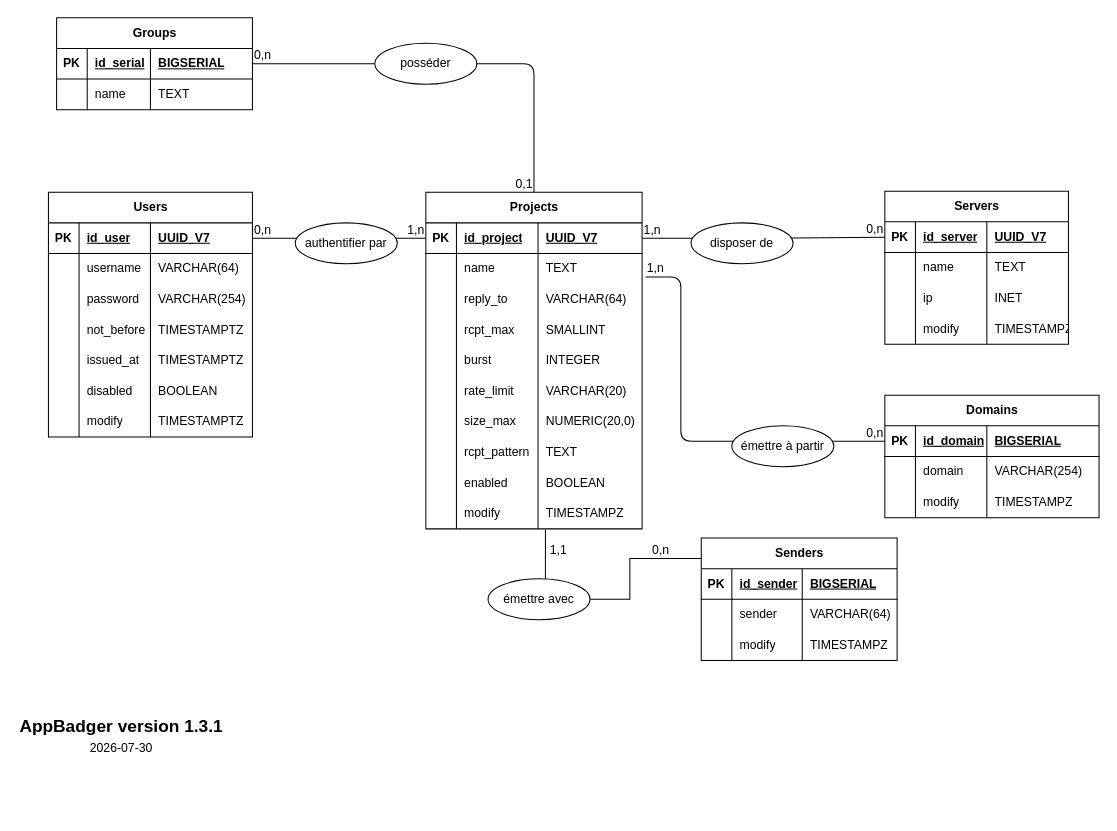
Before: Doc/mcd.drawio in matyas-cyril/appmail-badger, a draw.io diagram. Source tidied: cells renumbered, new cells numbered last; positions are measured from the earlier drawing's top-left corner, leaving out a move shared by most shapes. Both pictures are drawn from the tidied source at 102%, with x=0, y=0 at pixel (17, 17).
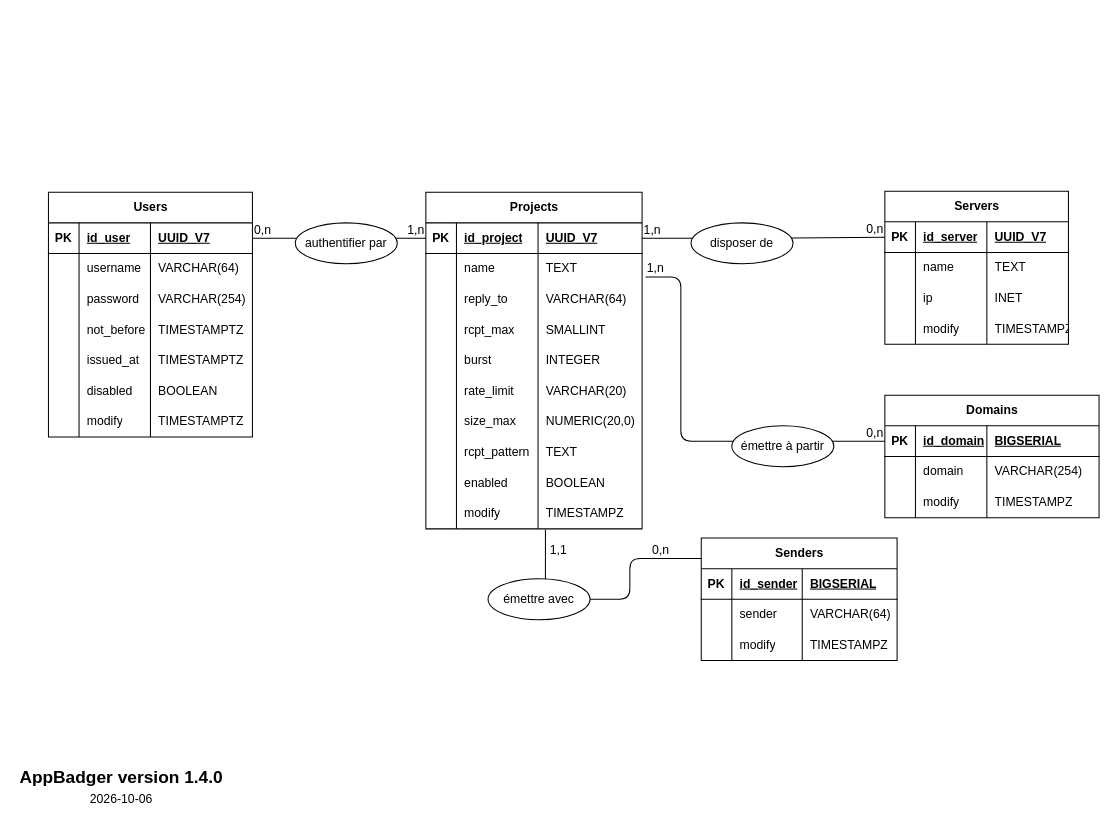
The same page after the edit.

Commit message (it also covers changes not shown here):
Mise à jour du MCD et MPD

The change refers to these unchanged cells:
```xml
<mxCell id="2" value="Projects" style="shape=table;startSize=30;childLayout=tableLayout;rowLines=0;fontStyle=1;align=center;html=1;" parent="1" vertex="1">
  <mxGeometry x="400" y="171" width="212" height="330" as="geometry" />
</mxCell>
<mxCell id="39" style="shape=tableRow;horizontal=0;startSize=0;swimlaneHead=0;swimlaneBody=0;fillColor=none;points=[[0,0.5],[1,0.5]];portConstraint=eastwest;top=0;left=0;right=0;bottom=0;" parent="2" vertex="1">
  <mxGeometry y="300" width="212" height="30" as="geometry" />
</mxCell>
<mxCell id="114" value="Senders" style="shape=table;startSize=30;childLayout=tableLayout;rowLines=0;fontStyle=1;align=center;html=1;" parent="1" vertex="1">
  <mxGeometry x="670" y="510" width="192" height="120" as="geometry" />
</mxCell>
```

The edit, as a diff of the source:
```diff
@@
-    <mxCell id="127" value="Groups" style="shape=table;startSize=30;childLayout=tableLayout;rowLines=0;fontStyle=1;align=center;html=1;" parent="1" vertex="1">
-      <mxGeometry x="38" width="192" height="90" as="geometry" />
-    </mxCell>
-    <mxCell id="128" style="shape=tableRow;horizontal=0;startSize=0;swimlaneHead=0;swimlaneBody=0;fillColor=none;points=[[0,0.5],[1,0.5]];portConstraint=eastwest;top=0;left=0;right=0;bottom=1;" parent="127" vertex="1">
-      <mxGeometry y="30" width="192" height="30" as="geometry" />
-    </mxCell>
-    <mxCell id="129" value="PK" style="shape=partialRectangle;fillColor=none;top=0;left=0;bottom=0;right=0;fontStyle=1;overflow=hidden;whiteSpace=wrap;html=1;" parent="128" vertex="1">
-      <mxGeometry width="30" height="30" as="geometry" />
-    </mxCell>
-    <mxCell id="130" value="id_serial" style="shape=partialRectangle;fillColor=none;top=0;left=0;bottom=0;right=0;align=left;spacingLeft=6;fontStyle=5;overflow=hidden;whiteSpace=wrap;html=1;" parent="128" vertex="1">
-      <mxGeometry x="30" width="62" height="30" as="geometry" />
-    </mxCell>
-    <mxCell id="131" value="BIGSERIAL" style="shape=partialRectangle;fillColor=none;top=0;left=0;bottom=0;right=0;align=left;spacingLeft=6;fontStyle=5;overflow=hidden;whiteSpace=wrap;html=1;" parent="128" vertex="1">
-      <mxGeometry x="92" width="100" height="30" as="geometry" />
-    </mxCell>
-    <mxCell id="132" style="shape=tableRow;horizontal=0;startSize=0;swimlaneHead=0;swimlaneBody=0;fillColor=none;top=0;left=0;right=0;bottom=0;" parent="127" vertex="1">
-      <mxGeometry y="60" width="192" height="30" as="geometry" />
-    </mxCell>
-    <mxCell id="133" style="shape=partialRectangle;fillColor=none;top=0;left=0;bottom=0;right=0;overflow=hidden;whiteSpace=wrap;html=1;" parent="132" vertex="1">
-      <mxGeometry width="30" height="30" as="geometry" />
-    </mxCell>
-    <mxCell id="134" value="name" style="shape=partialRectangle;fillColor=none;top=0;left=0;bottom=0;right=0;align=left;spacingLeft=6;overflow=hidden;whiteSpace=wrap;html=1;" parent="132" vertex="1">
-      <mxGeometry x="30" width="62" height="30" as="geometry" />
-    </mxCell>
-    <mxCell id="135" value="TEXT" style="shape=partialRectangle;fillColor=none;top=0;left=0;bottom=0;right=0;align=left;spacingLeft=6;overflow=hidden;whiteSpace=wrap;html=1;" parent="132" vertex="1">
-      <mxGeometry x="92" width="100" height="30" as="geometry" />
-    </mxCell>
-    <mxCell id="136" style="endArrow=none;html=1;rounded=1;exitX=1;exitY=0.5;exitDx=0;exitDy=0;entryX=0.5;entryY=0;entryDx=0;entryDy=0;curved=0;" parent="1" edge="1" source="140" target="2">
-      <mxGeometry relative="1" as="geometry">
-        <Array as="points">
-          <mxPoint x="506" y="45" />
-        </Array>
-      </mxGeometry>
-    </mxCell>
-    <mxCell id="137" value="0,1" style="html=1;whiteSpace=wrap;align=right;verticalAlign=bottom;" parent="136" vertex="1">
-      <mxGeometry x="1" relative="1" as="geometry" />
-    </mxCell>
-    <mxCell id="138" style="endArrow=none;html=1;rounded=1;exitX=1;exitY=0.5;exitDx=0;exitDy=0;curved=0;" parent="1" edge="1" source="128" target="140">
-      <mxGeometry relative="1" as="geometry" />
-    </mxCell>
-    <mxCell id="139" value="0,n" style="html=1;whiteSpace=wrap;align=left;verticalAlign=bottom;" parent="138" vertex="1">
-      <mxGeometry x="-1" relative="1" as="geometry" />
-    </mxCell>
-    <mxCell id="140" value="posséder" style="ellipse;whiteSpace=wrap;html=1;align=center;" parent="1" vertex="1">
-      <mxGeometry x="350" y="25" width="100" height="40" as="geometry" />
-    </mxCell>
-    <mxCell id="141" style="endArrow=none;html=1;rounded=0;exitX=0.553;exitY=1.026;exitDx=0;exitDy=0;entryX=0;entryY=0.167;entryDx=0;entryDy=0;entryPerimeter=0;exitPerimeter=0;" parent="1" edge="1" source="39" target="114">
+    <mxCell id="141" style="endArrow=none;html=1;rounded=1;exitX=0.553;exitY=1.026;exitDx=0;exitDy=0;entryX=0;entryY=0.167;entryDx=0;entryDy=0;entryPerimeter=0;exitPerimeter=0;curved=0;" parent="1" edge="1" source="39" target="114">
       <mxGeometry relative="1" as="geometry">
         <Array as="points">
           <mxPoint x="517.2" y="570" />
           <mxPoint x="600" y="570" />
           <mxPoint x="600" y="530" />
         </Array>
       </mxGeometry>
     </mxCell>
@@
-    <mxCell id="145" value="&lt;div style=&quot;line-height: 80%;&quot;&gt;&lt;div align=&quot;left&quot;&gt;&lt;b&gt;&lt;font style=&quot;font-size: 17px; line-height: 80%;&quot;&gt;AppBadger version 1.3.1&lt;/font&gt;&lt;/b&gt;&lt;/div&gt;&lt;div&gt;&lt;br&gt;&lt;/div&gt;&lt;div align=&quot;center&quot;&gt;2026-07-30&lt;/div&gt;&lt;/div&gt;" style="text;html=1;whiteSpace=wrap;strokeColor=none;fillColor=none;align=left;verticalAlign=middle;rounded=0;" parent="1" vertex="1">
-      <mxGeometry y="680" width="210" height="50" as="geometry" />
+    <mxCell id="145" value="&lt;div style=&quot;line-height: 80%;&quot;&gt;&lt;div align=&quot;left&quot;&gt;&lt;b&gt;&lt;font style=&quot;font-size: 17px; line-height: 80%;&quot;&gt;AppBadger version 1.4.0&lt;/font&gt;&lt;/b&gt;&lt;/div&gt;&lt;div&gt;&lt;br&gt;&lt;/div&gt;&lt;div align=&quot;center&quot;&gt;2026-10-06&lt;/div&gt;&lt;/div&gt;" style="text;html=1;whiteSpace=wrap;strokeColor=none;fillColor=none;align=left;verticalAlign=middle;rounded=0;" parent="1" vertex="1">
+      <mxGeometry y="730" width="210" height="50" as="geometry" />
     </mxCell>
```
